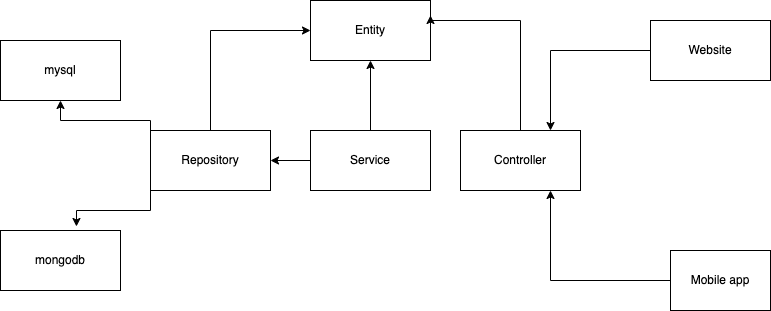
This is architecture.png from manabie-com/togo, a draw.io export, as it was before one commit. Source tidied: cells renumbered, new cells last; positions are measured from the earlier drawing's top-left corner, leaving out a move shared by most shapes. The source it was exported from:
```xml
<mxGraphModel>
  <root>
    <mxCell id="0" />
    <mxCell id="1" parent="0" />
    <mxCell id="2" value="Entity" style="rounded=0;whiteSpace=wrap;html=1;" parent="1" vertex="1">
      <mxGeometry x="310" width="120" height="60" as="geometry" />
    </mxCell>
    <mxCell id="3" style="edgeStyle=orthogonalEdgeStyle;rounded=0;jettySize=auto;html=1;entryX=1;entryY=0.25;entryDx=0;entryDy=0;" parent="1" edge="1" source="4" target="2">
      <mxGeometry relative="1" as="geometry">
        <Array as="points">
          <mxPoint x="520" y="20" />
          <mxPoint x="430" y="20" />
        </Array>
      </mxGeometry>
    </mxCell>
    <mxCell id="4" value="Controller" style="rounded=0;whiteSpace=wrap;html=1;" parent="1" vertex="1">
      <mxGeometry x="460" y="130" width="120" height="60" as="geometry" />
    </mxCell>
    <mxCell id="5" style="edgeStyle=orthogonalEdgeStyle;rounded=0;jettySize=auto;html=1;entryX=0.5;entryY=1;entryDx=0;entryDy=0;" parent="1" edge="1" source="7" target="2">
      <mxGeometry relative="1" as="geometry" />
    </mxCell>
    <mxCell id="6" style="edgeStyle=orthogonalEdgeStyle;rounded=0;jettySize=auto;html=1;exitX=0;exitY=0.5;exitDx=0;exitDy=0;entryX=1;entryY=0.5;entryDx=0;entryDy=0;" parent="1" edge="1" source="7" target="11">
      <mxGeometry relative="1" as="geometry" />
    </mxCell>
    <mxCell id="7" value="Service&lt;br&gt;" style="rounded=0;whiteSpace=wrap;html=1;" parent="1" vertex="1">
      <mxGeometry x="310" y="130" width="120" height="60" as="geometry" />
    </mxCell>
    <mxCell id="8" style="edgeStyle=orthogonalEdgeStyle;rounded=0;jettySize=auto;html=1;exitX=0.5;exitY=0;exitDx=0;exitDy=0;entryX=0;entryY=0.5;entryDx=0;entryDy=0;" parent="1" edge="1" source="11" target="2">
      <mxGeometry relative="1" as="geometry" />
    </mxCell>
    <mxCell id="9" style="edgeStyle=orthogonalEdgeStyle;rounded=0;jettySize=auto;html=1;exitX=0;exitY=0;exitDx=0;exitDy=0;entryX=0.5;entryY=1;entryDx=0;entryDy=0;" parent="1" edge="1" source="11" target="12">
      <mxGeometry relative="1" as="geometry">
        <Array as="points">
          <mxPoint x="150" y="120" />
          <mxPoint x="60" y="120" />
        </Array>
      </mxGeometry>
    </mxCell>
    <mxCell id="10" style="edgeStyle=orthogonalEdgeStyle;rounded=0;jettySize=auto;html=1;exitX=0;exitY=1;exitDx=0;exitDy=0;entryX=0.633;entryY=-0.067;entryDx=0;entryDy=0;entryPerimeter=0;" parent="1" edge="1" source="11" target="13">
      <mxGeometry relative="1" as="geometry" />
    </mxCell>
    <mxCell id="11" value="Repository&lt;br&gt;" style="rounded=0;whiteSpace=wrap;html=1;" parent="1" vertex="1">
      <mxGeometry x="150" y="130" width="120" height="60" as="geometry" />
    </mxCell>
    <mxCell id="12" value="mysql" style="rounded=0;whiteSpace=wrap;html=1;" parent="1" vertex="1">
      <mxGeometry y="40" width="120" height="60" as="geometry" />
    </mxCell>
    <mxCell id="13" value="mongodb" style="rounded=0;whiteSpace=wrap;html=1;" parent="1" vertex="1">
      <mxGeometry y="230" width="120" height="60" as="geometry" />
    </mxCell>
    <mxCell id="14" style="edgeStyle=orthogonalEdgeStyle;rounded=0;jettySize=auto;html=1;exitX=0;exitY=0.5;exitDx=0;exitDy=0;entryX=0.75;entryY=0;entryDx=0;entryDy=0;" parent="1" edge="1" source="15" target="4">
      <mxGeometry relative="1" as="geometry" />
    </mxCell>
    <mxCell id="15" value="Website" style="rounded=0;whiteSpace=wrap;html=1;" parent="1" vertex="1">
      <mxGeometry x="650" y="20" width="120" height="60" as="geometry" />
    </mxCell>
    <mxCell id="16" style="edgeStyle=orthogonalEdgeStyle;rounded=0;jettySize=auto;html=1;entryX=0.75;entryY=1;entryDx=0;entryDy=0;" parent="1" edge="1" source="17" target="4">
      <mxGeometry relative="1" as="geometry" />
    </mxCell>
    <mxCell id="17" value="Mobile app" style="rounded=0;whiteSpace=wrap;html=1;" parent="1" vertex="1">
      <mxGeometry x="670" y="250" width="100" height="60" as="geometry" />
    </mxCell>
  </root>
</mxGraphModel>
```
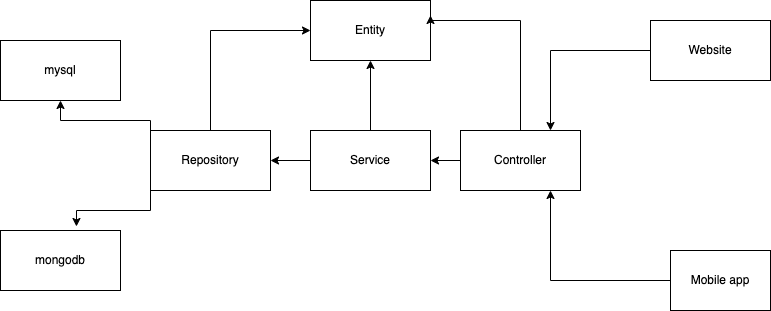
Above is the later version.

The edit, as a diff of the source:
```diff
@@ -13,6 +13,9 @@
         </Array>
       </mxGeometry>
     </mxCell>
+    <mxCell id="18" style="edgeStyle=orthogonalEdgeStyle;rounded=0;jettySize=auto;html=1;exitX=0;exitY=0.5;exitDx=0;exitDy=0;entryX=1;entryY=0.5;entryDx=0;entryDy=0;" parent="1" edge="1" source="4" target="7">
+      <mxGeometry relative="1" as="geometry" />
+    </mxCell>
     <mxCell id="4" value="Controller" style="rounded=0;whiteSpace=wrap;html=1;" parent="1" vertex="1">
       <mxGeometry x="460" y="130" width="120" height="60" as="geometry" />
     </mxCell>
```
